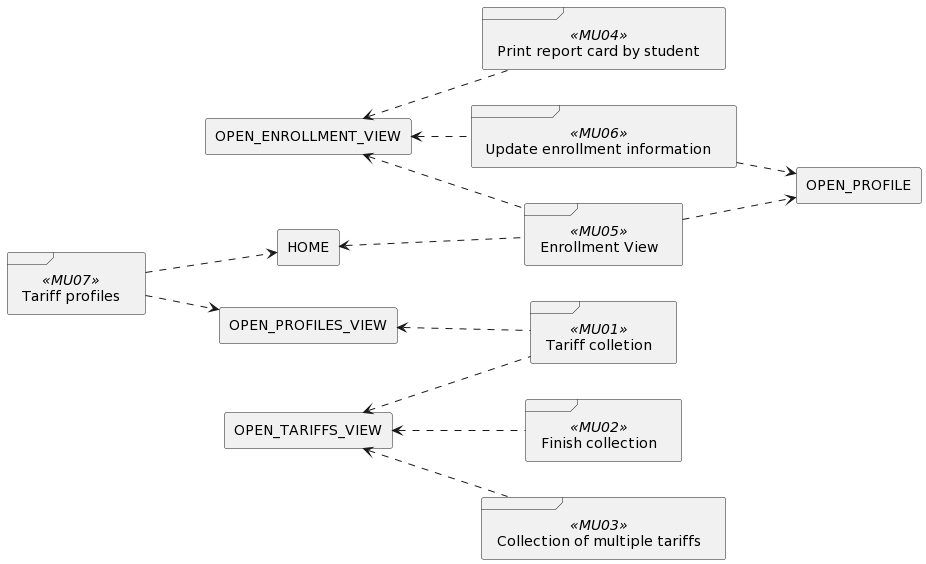
wsmcbl/wsmcbl.doc keeps this PlantUML diagram as out/UseCaseView/TRACE.State-x-Prototype.png. Above is the earlier version. The source it was exported from:
```plantuml
@startuml
left to right direction


frame MU01 <<MU01>> as "Tariff colletion"
frame MU02 <<MU02>> as "Finish collection"
frame MU03 <<MU03>> as "Collection of multiple tariffs"
frame MU04 <<MU04>> as "Print report card by student"
frame MU05 <<MU05>> as "Enrollment View"
frame MU06 <<MU06>> as "Update enrollment information"
frame MU07 <<MU07>> as "Tariff profiles"

rectangle Initial as "HOME"
rectangle OPEN_ENROLLMENT_VIEW
rectangle OPEN_PROFILES_VIEW
rectangle OPEN_PROFILE
rectangle OPEN_TARIFFS_VIEW


MU01 .up.> OPEN_PROFILES_VIEW
MU01 .up.> OPEN_TARIFFS_VIEW

MU02 .up.> OPEN_TARIFFS_VIEW

MU03 .up.> OPEN_TARIFFS_VIEW

MU04 .up.> OPEN_ENROLLMENT_VIEW

MU05 .up.> Initial
MU05 .up.> OPEN_ENROLLMENT_VIEW
MU05 ..> OPEN_PROFILE

MU06 .up.> OPEN_ENROLLMENT_VIEW
MU06 ..> OPEN_PROFILE

MU07 ..> Initial
MU07 ..> OPEN_PROFILES_VIEW
@enduml
```
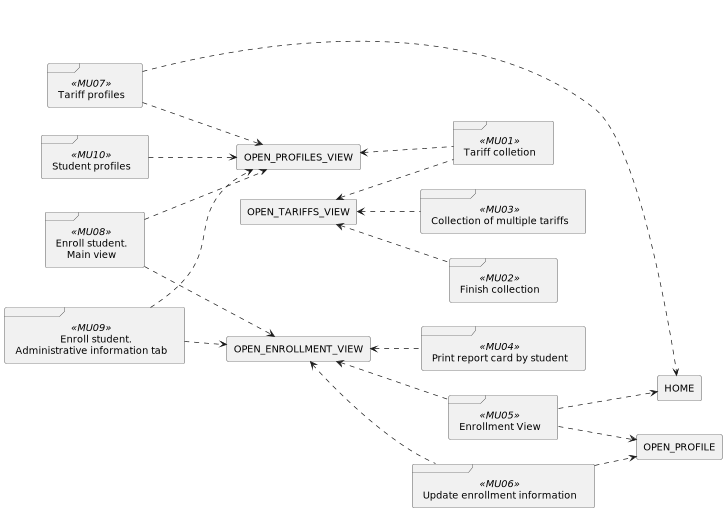
Above is the later version.

Diff of the diagram source:
```diff
@@ -9,6 +9,9 @@
 frame MU05 <<MU05>> as "Enrollment View"
 frame MU06 <<MU06>> as "Update enrollment information"
 frame MU07 <<MU07>> as "Tariff profiles"
+frame MU08 <<MU08>> as "Enroll student.\n    Main view"
+frame MU09 <<MU09>> as "\t\tEnroll student.\nAdministrative information tab"
+frame MU10 <<MU10>> as "Student profiles"
 
 rectangle Initial as "HOME"
 rectangle OPEN_ENROLLMENT_VIEW
@@ -26,7 +29,7 @@
 
 MU04 .up.> OPEN_ENROLLMENT_VIEW
 
-MU05 .up.> Initial
+MU05 .down.> Initial
 MU05 .up.> OPEN_ENROLLMENT_VIEW
 MU05 ..> OPEN_PROFILE
 
@@ -35,4 +38,12 @@
 
 MU07 ..> Initial
 MU07 ..> OPEN_PROFILES_VIEW
+
+MU08 ..> OPEN_ENROLLMENT_VIEW
+MU08 ..> OPEN_PROFILES_VIEW
+
+MU09 ..> OPEN_ENROLLMENT_VIEW
+MU09 ..> OPEN_PROFILES_VIEW
+
+MU10 ..> OPEN_PROFILES_VIEW
 @enduml
```
